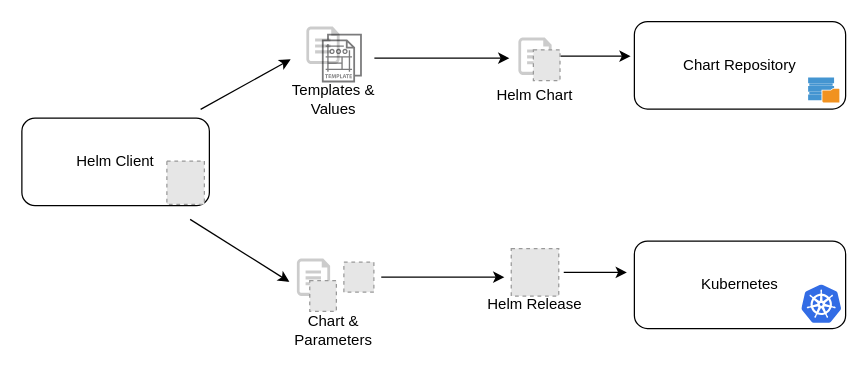
Before: helmpov2.drawio in vivekvl/cloudlift, a draw.io diagram. Source tidied: cells renumbered, new cells numbered last; positions are measured from the earlier drawing's top-left corner, leaving out a move shared by most shapes. Both pictures are drawn from the tidied source at 125%, with x=0, y=0 at pixel (21, 21). Pictures stored in the file or linked from it are replaced by grey dashed boxes.
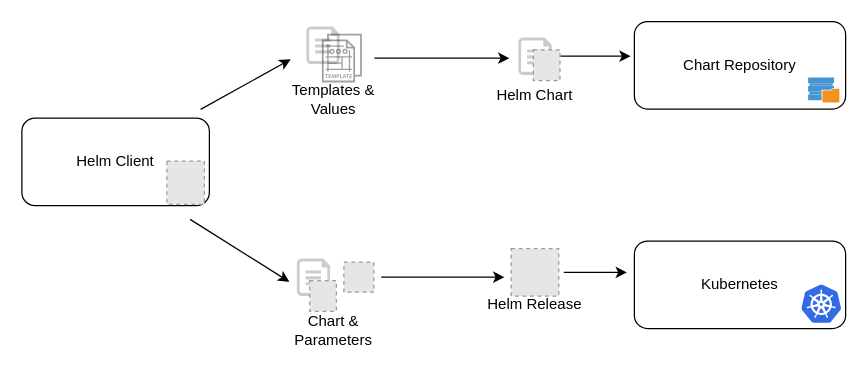
After the change.

Change to the diagram source:
```diff
@@
-    <mxCell id="15" style="sketch=0;shadow=0;dashed=0;html=1;strokeColor=none;fillColor=#434445;labelPosition=center;verticalLabelPosition=bottom;verticalAlign=top;align=center;shape=mxgraph.vvd.template;opacity=70;" parent="1" vertex="1">
+    <mxCell id="15" style="sketch=0;shadow=0;dashed=0;html=1;strokeColor=none;fillColor=#434445;labelPosition=center;verticalLabelPosition=bottom;verticalAlign=top;align=center;shape=mxgraph.vvd.template;opacity=50;" parent="1" vertex="1">
       <mxGeometry x="240" y="9.4" width="32" height="39" as="geometry" />
     </mxCell>
```
